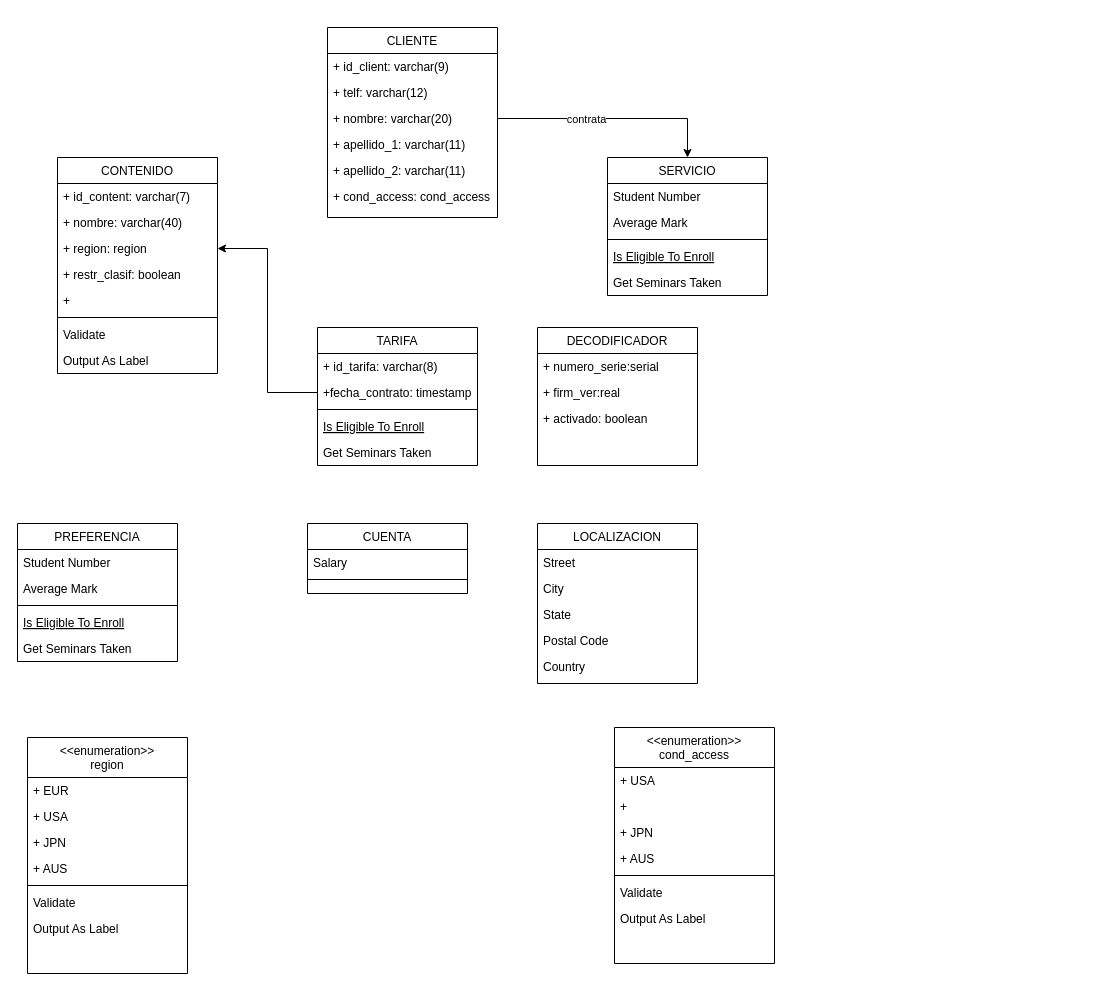
Earlier version of the draw.io diagram PROYECTO1.drawio (NyanCat6886/BasesDeDatosETSITGC). Source tidied: cells renumbered, new cells numbered last; positions are measured from the earlier drawing's top-left corner, leaving out a move shared by most shapes. Both pictures are drawn from the tidied source at 100%, with x=0, y=0 at pixel (17, 27).
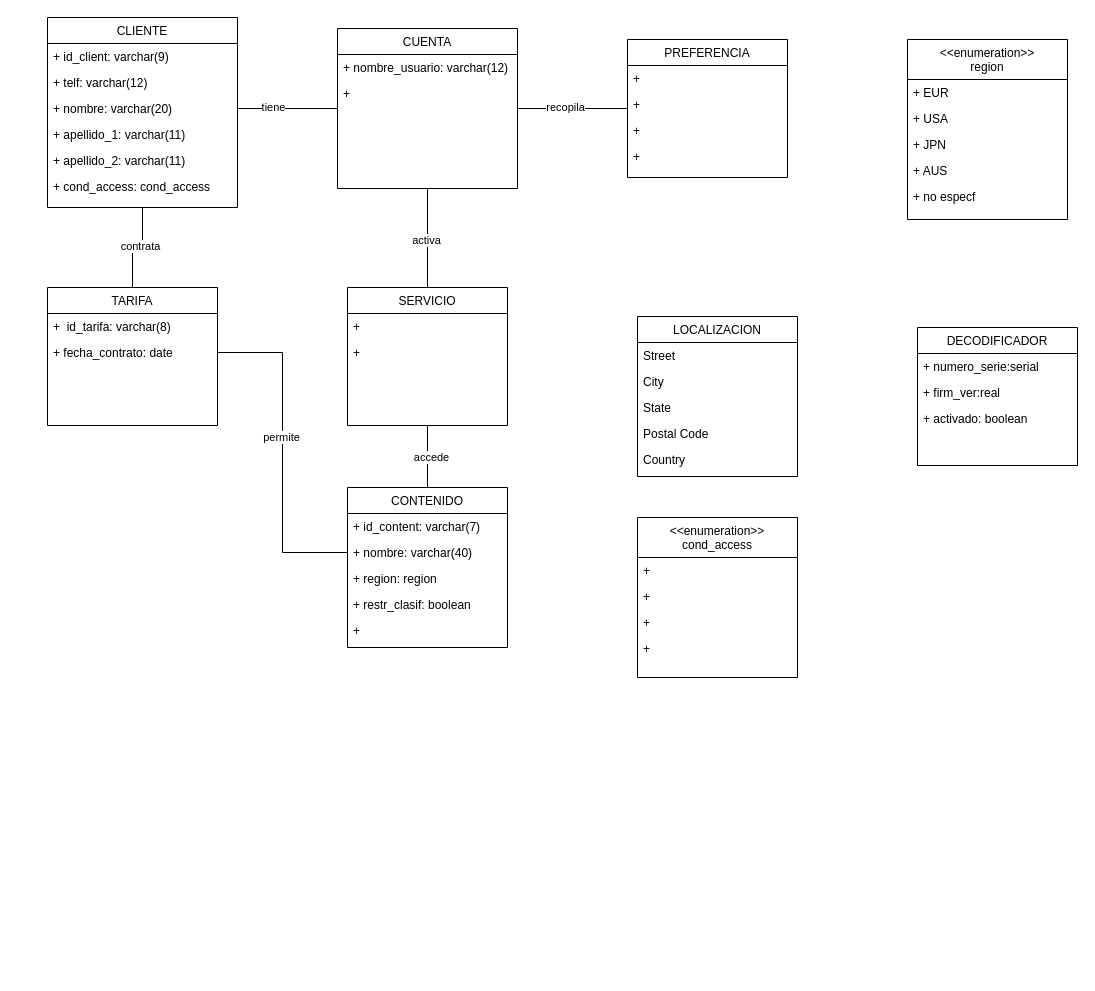
The same page after the edit.

The change refers to these unchanged cells:
```xml
<mxCell id="21" value="+ nombre: varchar(40)" style="text;align=left;verticalAlign=top;spacingLeft=4;spacingRight=4;overflow=hidden;points=[[0,0.5],[1,0.5]];portConstraint=eastwest;rounded=0;shadow=0;html=0;" parent="19" vertex="1">
  <mxGeometry y="52" width="160" height="26" as="geometry" />
</mxCell>
<mxCell id="22" value="+ region: region" style="text;align=left;verticalAlign=top;spacingLeft=4;spacingRight=4;overflow=hidden;points=[[0,0.5],[1,0.5]];portConstraint=eastwest;rounded=0;shadow=0;html=0;" parent="19" vertex="1">
  <mxGeometry y="78" width="160" height="26" as="geometry" />
</mxCell>
```

What changed in the source:
```diff
@@
+    <mxCell id="69" style="edgeStyle=orthogonalEdgeStyle;rounded=0;jettySize=auto;html=1;exitX=0.5;exitY=1;exitDx=0;exitDy=0;entryX=0.5;entryY=0;entryDx=0;entryDy=0;endArrow=none;endFill=0;" parent="1" edge="1" source="2" target="38">
+      <mxGeometry relative="1" as="geometry" />
+    </mxCell>
+    <mxCell id="68" value="contrata" style="edgeLabel;html=1;align=center;verticalAlign=middle;" parent="69" vertex="1">
+      <mxGeometry x="-0.04" y="-2" relative="1" as="geometry" />
+    </mxCell>
     <mxCell id="2" value="CLIENTE" style="swimlane;fontStyle=0;align=center;verticalAlign=top;horizontal=1;startSize=26;rounded=0;shadow=0;strokeWidth=1;" parent="1" vertex="1">
-      <mxGeometry x="310" width="170" height="190" as="geometry" />
+      <mxGeometry x="30" y="-10" width="190" height="190" as="geometry" />
     </mxCell>
     <mxCell id="3" value="+ id_client: varchar(9)" style="text;align=left;verticalAlign=top;spacingLeft=4;spacingRight=4;overflow=hidden;" parent="2" vertex="1">
-      <mxGeometry y="26" width="170" height="26" as="geometry" />
+      <mxGeometry y="26" width="190" height="26" as="geometry" />
     </mxCell>
     <mxCell id="4" value="+ telf: varchar(12)" style="text;align=left;verticalAlign=top;spacingLeft=4;spacingRight=4;overflow=hidden;rounded=0;shadow=0;html=0;" parent="2" vertex="1">
-      <mxGeometry y="52" width="170" height="26" as="geometry" />
+      <mxGeometry y="52" width="190" height="26" as="geometry" />
     </mxCell>
     <mxCell id="5" value="+ nombre: varchar(20)" style="text;align=left;verticalAlign=top;spacingLeft=4;spacingRight=4;overflow=hidden;points=[[0,0.5],[1,0.5]];portConstraint=eastwest;rounded=0;shadow=0;html=0;" parent="2" vertex="1">
-      <mxGeometry y="78" width="170" height="26" as="geometry" />
+      <mxGeometry y="78" width="190" height="26" as="geometry" />
     </mxCell>
     <mxCell id="6" value="+ apellido_1: varchar(11)" style="text;align=left;verticalAlign=top;spacingLeft=4;spacingRight=4;overflow=hidden;rounded=0;shadow=0;html=0;" parent="2" vertex="1">
-      <mxGeometry y="104" width="170" height="26" as="geometry" />
+      <mxGeometry y="104" width="190" height="26" as="geometry" />
     </mxCell>
     <mxCell id="7" value="+ apellido_2: varchar(11)" style="text;align=left;verticalAlign=top;spacingLeft=4;spacingRight=4;overflow=hidden;rounded=0;shadow=0;html=0;" parent="2" vertex="1">
-      <mxGeometry y="130" width="170" height="26" as="geometry" />
+      <mxGeometry y="130" width="190" height="26" as="geometry" />
     </mxCell>
     <mxCell id="8" value="+ cond_access: cond_access" style="text;align=left;verticalAlign=top;spacingLeft=4;spacingRight=4;overflow=hidden;rounded=0;shadow=0;html=0;" parent="2" vertex="1">
-      <mxGeometry y="156" width="170" height="26" as="geometry" />
+      <mxGeometry y="156" width="190" height="26" as="geometry" />
     </mxCell>
@@
     <mxCell id="10" value="PREFERENCIA" style="swimlane;fontStyle=0;align=center;verticalAlign=top;horizontal=1;startSize=26;rounded=0;shadow=0;strokeWidth=1;" parent="1" vertex="1">
-      <mxGeometry y="496" width="160" height="138" as="geometry" />
+      <mxGeometry x="610" y="12" width="160" height="138" as="geometry" />
     </mxCell>
-    <mxCell id="11" value="Student Number" style="text;align=left;verticalAlign=top;spacingLeft=4;spacingRight=4;overflow=hidden;" parent="10" vertex="1">
+    <mxCell id="11" value="+ " style="text;align=left;verticalAlign=top;spacingLeft=4;spacingRight=4;overflow=hidden;" parent="10" vertex="1">
       <mxGeometry y="26" width="160" height="26" as="geometry" />
     </mxCell>
-    <mxCell id="12" value="Average Mark" style="text;align=left;verticalAlign=top;spacingLeft=4;spacingRight=4;overflow=hidden;rounded=0;shadow=0;html=0;" parent="10" vertex="1">
+    <mxCell id="12" value="+ " style="text;align=left;verticalAlign=top;spacingLeft=4;spacingRight=4;overflow=hidden;rounded=0;shadow=0;html=0;" parent="10" vertex="1">
       <mxGeometry y="52" width="160" height="26" as="geometry" />
     </mxCell>
-    <mxCell id="13" style="line;html=1;strokeWidth=1;align=left;verticalAlign=middle;spacingTop=-1;spacingLeft=3;spacingRight=3;labelPosition=right;" parent="10" vertex="1">
-      <mxGeometry y="78" width="160" height="8" as="geometry" />
-    </mxCell>
-    <mxCell id="14" value="Is Eligible To Enroll" style="text;align=left;verticalAlign=top;spacingLeft=4;spacingRight=4;overflow=hidden;fontStyle=4;" parent="10" vertex="1">
-      <mxGeometry y="86" width="160" height="26" as="geometry" />
-    </mxCell>
-    <mxCell id="15" value="Get Seminars Taken" style="text;align=left;verticalAlign=top;spacingLeft=4;spacingRight=4;overflow=hidden;" parent="10" vertex="1">
-      <mxGeometry y="112" width="160" height="26" as="geometry" />
+    <mxCell id="15" value="+" style="text;align=left;verticalAlign=top;spacingLeft=4;spacingRight=4;overflow=hidden;" parent="10" vertex="1">
+      <mxGeometry y="78" width="160" height="26" as="geometry" />
     </mxCell>
+    <mxCell id="70" value="+" style="text;align=left;verticalAlign=top;spacingLeft=4;spacingRight=4;overflow=hidden;" parent="10" vertex="1">
+      <mxGeometry y="104" width="160" height="26" as="geometry" />
+    </mxCell>
+    <mxCell id="71" style="edgeStyle=orthogonalEdgeStyle;rounded=0;jettySize=auto;html=1;exitX=0.5;exitY=1;exitDx=0;exitDy=0;entryX=0.5;entryY=0;entryDx=0;entryDy=0;endArrow=none;endFill=0;" parent="1" edge="1" source="16" target="32">
+      <mxGeometry relative="1" as="geometry" />
+    </mxCell>
+    <mxCell id="72" value="activa" style="edgeLabel;html=1;align=center;verticalAlign=middle;" parent="71" vertex="1">
+      <mxGeometry x="0.03" y="-2" relative="1" as="geometry" />
+    </mxCell>
+    <mxCell id="73" style="edgeStyle=orthogonalEdgeStyle;rounded=0;jettySize=auto;html=1;exitX=1;exitY=0.5;exitDx=0;exitDy=0;endArrow=none;endFill=0;" parent="1" edge="1" source="16" target="10">
+      <mxGeometry relative="1" as="geometry" />
+    </mxCell>
+    <mxCell id="74" value="recopila" style="edgeLabel;html=1;align=center;verticalAlign=middle;" parent="73" vertex="1">
+      <mxGeometry x="-0.12" y="1" relative="1" as="geometry">
+        <mxPoint x="-1" y="-1" as="offset" />
+      </mxGeometry>
+    </mxCell>
     <mxCell id="16" value="CUENTA" style="swimlane;fontStyle=0;align=center;verticalAlign=top;horizontal=1;startSize=26;rounded=0;shadow=0;strokeWidth=1;" parent="1" vertex="1">
-      <mxGeometry x="290" y="496" width="160" height="70" as="geometry" />
+      <mxGeometry x="320" y="1" width="180" height="160" as="geometry" />
     </mxCell>
-    <mxCell id="17" value="Salary" style="text;align=left;verticalAlign=top;spacingLeft=4;spacingRight=4;overflow=hidden;" parent="16" vertex="1">
-      <mxGeometry y="26" width="160" height="26" as="geometry" />
+    <mxCell id="17" value="+ nombre_usuario: varchar(12)" style="text;align=left;verticalAlign=top;spacingLeft=4;spacingRight=4;overflow=hidden;" parent="16" vertex="1">
+      <mxGeometry y="26" width="180" height="26" as="geometry" />
     </mxCell>
-    <mxCell id="18" style="line;html=1;strokeWidth=1;align=left;verticalAlign=middle;spacingTop=-1;spacingLeft=3;spacingRight=3;labelPosition=right;" parent="16" vertex="1">
-      <mxGeometry y="52" width="160" height="8" as="geometry" />
-    </mxCell>
+    <mxCell id="75" value="+ " style="text;align=left;verticalAlign=top;spacingLeft=4;spacingRight=4;overflow=hidden;" parent="16" vertex="1">
+      <mxGeometry y="52" width="180" height="26" as="geometry" />
+    </mxCell>
+    <mxCell id="76" style="edgeStyle=orthogonalEdgeStyle;rounded=0;jettySize=auto;html=1;exitX=0.5;exitY=0;exitDx=0;exitDy=0;entryX=0.5;entryY=1;entryDx=0;entryDy=0;endArrow=none;endFill=0;" parent="1" edge="1" source="19" target="32">
+      <mxGeometry relative="1" as="geometry" />
+    </mxCell>
+    <mxCell id="77" value="accede" style="edgeLabel;html=1;align=center;verticalAlign=middle;" parent="76" vertex="1">
+      <mxGeometry x="-0.02" y="-3" relative="1" as="geometry">
+        <mxPoint y="-1" as="offset" />
+      </mxGeometry>
+    </mxCell>
     <mxCell id="19" value="CONTENIDO " style="swimlane;fontStyle=0;align=center;verticalAlign=top;horizontal=1;startSize=26;rounded=0;shadow=0;strokeWidth=1;" parent="1" vertex="1">
-      <mxGeometry x="40" y="130" width="160" height="216" as="geometry" />
+      <mxGeometry x="330" y="460" width="160" height="160" as="geometry" />
     </mxCell>
@@
-    <mxCell id="25" style="line;html=1;strokeWidth=1;align=left;verticalAlign=middle;spacingTop=-1;spacingLeft=3;spacingRight=3;labelPosition=right;" parent="19" vertex="1">
-      <mxGeometry y="156" width="160" height="8" as="geometry" />
-    </mxCell>
-    <mxCell id="26" value="Validate" style="text;align=left;verticalAlign=top;spacingLeft=4;spacingRight=4;overflow=hidden;" parent="19" vertex="1">
-      <mxGeometry y="164" width="160" height="26" as="geometry" />
-    </mxCell>
-    <mxCell id="27" value="Output As Label" style="text;align=left;verticalAlign=top;spacingLeft=4;spacingRight=4;overflow=hidden;" parent="19" vertex="1">
-      <mxGeometry y="190" width="160" height="26" as="geometry" />
-    </mxCell>
     <mxCell id="28" value="DECODIFICADOR" style="swimlane;fontStyle=0;align=center;verticalAlign=top;horizontal=1;startSize=26;rounded=0;shadow=0;strokeWidth=1;" parent="1" vertex="1">
-      <mxGeometry x="520" y="300" width="160" height="138" as="geometry" />
+      <mxGeometry x="900" y="300" width="160" height="138" as="geometry" />
     </mxCell>
@@
     <mxCell id="32" value="SERVICIO" style="swimlane;fontStyle=0;align=center;verticalAlign=top;horizontal=1;startSize=26;rounded=0;shadow=0;strokeWidth=1;" parent="1" vertex="1">
-      <mxGeometry x="590" y="130" width="160" height="138" as="geometry" />
+      <mxGeometry x="330" y="260" width="160" height="138" as="geometry" />
     </mxCell>
-    <mxCell id="33" value="Student Number" style="text;align=left;verticalAlign=top;spacingLeft=4;spacingRight=4;overflow=hidden;" parent="32" vertex="1">
+    <mxCell id="33" value="+ " style="text;align=left;verticalAlign=top;spacingLeft=4;spacingRight=4;overflow=hidden;" parent="32" vertex="1">
       <mxGeometry y="26" width="160" height="26" as="geometry" />
     </mxCell>
-    <mxCell id="34" value="Average Mark" style="text;align=left;verticalAlign=top;spacingLeft=4;spacingRight=4;overflow=hidden;rounded=0;shadow=0;html=0;" parent="32" vertex="1">
+    <mxCell id="34" value="+ " style="text;align=left;verticalAlign=top;spacingLeft=4;spacingRight=4;overflow=hidden;rounded=0;shadow=0;html=0;" parent="32" vertex="1">
       <mxGeometry y="52" width="160" height="26" as="geometry" />
     </mxCell>
-    <mxCell id="35" style="line;html=1;strokeWidth=1;align=left;verticalAlign=middle;spacingTop=-1;spacingLeft=3;spacingRight=3;labelPosition=right;" parent="32" vertex="1">
-      <mxGeometry y="78" width="160" height="8" as="geometry" />
-    </mxCell>
-    <mxCell id="36" value="Is Eligible To Enroll" style="text;align=left;verticalAlign=top;spacingLeft=4;spacingRight=4;overflow=hidden;fontStyle=4;" parent="32" vertex="1">
-      <mxGeometry y="86" width="160" height="26" as="geometry" />
-    </mxCell>
-    <mxCell id="37" value="Get Seminars Taken" style="text;align=left;verticalAlign=top;spacingLeft=4;spacingRight=4;overflow=hidden;" parent="32" vertex="1">
-      <mxGeometry y="112" width="160" height="26" as="geometry" />
-    </mxCell>
     <mxCell id="38" value="TARIFA" style="swimlane;fontStyle=0;align=center;verticalAlign=top;horizontal=1;startSize=26;rounded=0;shadow=0;strokeWidth=1;" parent="1" vertex="1">
-      <mxGeometry x="300" y="300" width="160" height="138" as="geometry" />
+      <mxGeometry x="30" y="260" width="170" height="138" as="geometry" />
     </mxCell>
-    <mxCell id="39" value="+ id_tarifa: varchar(8)" style="text;align=left;verticalAlign=top;spacingLeft=4;spacingRight=4;overflow=hidden;" parent="38" vertex="1">
-      <mxGeometry y="26" width="160" height="26" as="geometry" />
+    <mxCell id="39" value="+  id_tarifa: varchar(8)" style="text;align=left;verticalAlign=top;spacingLeft=4;spacingRight=4;overflow=hidden;" parent="38" vertex="1">
+      <mxGeometry y="26" width="170" height="26" as="geometry" />
     </mxCell>
-    <mxCell id="40" value="+fecha_contrato: timestamp" style="text;align=left;verticalAlign=top;spacingLeft=4;spacingRight=4;overflow=hidden;points=[[0,0.5],[1,0.5]];portConstraint=eastwest;rounded=0;shadow=0;html=0;" parent="38" vertex="1">
-      <mxGeometry y="52" width="160" height="26" as="geometry" />
+    <mxCell id="40" value="+ fecha_contrato: date" style="text;align=left;verticalAlign=top;spacingLeft=4;spacingRight=4;overflow=hidden;points=[[0,0.5],[1,0.5]];portConstraint=eastwest;rounded=0;shadow=0;html=0;" parent="38" vertex="1">
+      <mxGeometry y="52" width="170" height="26" as="geometry" />
     </mxCell>
-    <mxCell id="41" style="line;html=1;strokeWidth=1;align=left;verticalAlign=middle;spacingTop=-1;spacingLeft=3;spacingRight=3;labelPosition=right;" parent="38" vertex="1">
-      <mxGeometry y="78" width="160" height="8" as="geometry" />
-    </mxCell>
-    <mxCell id="42" value="Is Eligible To Enroll" style="text;align=left;verticalAlign=top;spacingLeft=4;spacingRight=4;overflow=hidden;fontStyle=4;" parent="38" vertex="1">
-      <mxGeometry y="86" width="160" height="26" as="geometry" />
-    </mxCell>
-    <mxCell id="43" value="Get Seminars Taken" style="text;align=left;verticalAlign=top;spacingLeft=4;spacingRight=4;overflow=hidden;" parent="38" vertex="1">
-      <mxGeometry y="112" width="160" height="26" as="geometry" />
-    </mxCell>
     <mxCell id="44" value="LOCALIZACION" style="swimlane;fontStyle=0;align=center;verticalAlign=top;horizontal=1;startSize=26;rounded=0;shadow=0;strokeWidth=1;" parent="1" vertex="1">
-      <mxGeometry x="520" y="496" width="160" height="160" as="geometry" />
+      <mxGeometry x="620" y="289" width="160" height="160" as="geometry" />
     </mxCell>
@@
     <mxCell id="50" value="&lt;&lt;enumeration&gt;&gt;&#10;region" style="swimlane;fontStyle=0;align=center;verticalAlign=top;horizontal=1;startSize=40;rounded=0;shadow=0;strokeWidth=1;" parent="1" vertex="1">
-      <mxGeometry x="10" y="710" width="160" height="236" as="geometry" />
+      <mxGeometry x="890" y="12" width="160" height="180" as="geometry" />
     </mxCell>
@@
-    <mxCell id="55" style="line;html=1;strokeWidth=1;align=left;verticalAlign=middle;spacingTop=-1;spacingLeft=3;spacingRight=3;labelPosition=right;" parent="50" vertex="1">
-      <mxGeometry y="144" width="160" height="8" as="geometry" />
-    </mxCell>
-    <mxCell id="56" value="Validate" style="text;align=left;verticalAlign=top;spacingLeft=4;spacingRight=4;overflow=hidden;" parent="50" vertex="1">
-      <mxGeometry y="152" width="160" height="26" as="geometry" />
-    </mxCell>
-    <mxCell id="57" value="Output As Label" style="text;align=left;verticalAlign=top;spacingLeft=4;spacingRight=4;overflow=hidden;" parent="50" vertex="1">
-      <mxGeometry y="178" width="160" height="26" as="geometry" />
-    </mxCell>
+    <mxCell id="78" value="+ no especf" style="text;align=left;verticalAlign=top;spacingLeft=4;spacingRight=4;overflow=hidden;rounded=0;shadow=0;html=0;" parent="50" vertex="1">
+      <mxGeometry y="144" width="160" height="26" as="geometry" />
+    </mxCell>
     <mxCell id="58" value="&lt;&lt;enumeration&gt;&gt;&#10;cond_access" style="swimlane;fontStyle=0;align=center;verticalAlign=top;horizontal=1;startSize=40;rounded=0;shadow=0;strokeWidth=1;" parent="1" vertex="1">
-      <mxGeometry x="597" y="700" width="160" height="236" as="geometry" />
+      <mxGeometry x="620" y="490" width="160" height="160" as="geometry" />
     </mxCell>
-    <mxCell id="59" value="+ USA" style="text;align=left;verticalAlign=top;spacingLeft=4;spacingRight=4;overflow=hidden;rounded=0;shadow=0;html=0;" parent="58" vertex="1">
+    <mxCell id="59" value="+ " style="text;align=left;verticalAlign=top;spacingLeft=4;spacingRight=4;overflow=hidden;rounded=0;shadow=0;html=0;" parent="58" vertex="1">
       <mxGeometry y="40" width="160" height="26" as="geometry" />
     </mxCell>
@@
-    <mxCell id="61" value="+ JPN" style="text;align=left;verticalAlign=top;spacingLeft=4;spacingRight=4;overflow=hidden;rounded=0;shadow=0;html=0;" parent="58" vertex="1">
+    <mxCell id="61" value="+ " style="text;align=left;verticalAlign=top;spacingLeft=4;spacingRight=4;overflow=hidden;rounded=0;shadow=0;html=0;" parent="58" vertex="1">
       <mxGeometry y="92" width="160" height="26" as="geometry" />
     </mxCell>
-    <mxCell id="62" value="+ AUS" style="text;align=left;verticalAlign=top;spacingLeft=4;spacingRight=4;overflow=hidden;rounded=0;shadow=0;html=0;" parent="58" vertex="1">
+    <mxCell id="62" value="+ " style="text;align=left;verticalAlign=top;spacingLeft=4;spacingRight=4;overflow=hidden;rounded=0;shadow=0;html=0;" parent="58" vertex="1">
       <mxGeometry y="118" width="160" height="26" as="geometry" />
     </mxCell>
-    <mxCell id="63" style="line;html=1;strokeWidth=1;align=left;verticalAlign=middle;spacingTop=-1;spacingLeft=3;spacingRight=3;labelPosition=right;" parent="58" vertex="1">
-      <mxGeometry y="144" width="160" height="8" as="geometry" />
-    </mxCell>
-    <mxCell id="64" value="Validate" style="text;align=left;verticalAlign=top;spacingLeft=4;spacingRight=4;overflow=hidden;" parent="58" vertex="1">
-      <mxGeometry y="152" width="160" height="26" as="geometry" />
-    </mxCell>
-    <mxCell id="65" value="Output As Label" style="text;align=left;verticalAlign=top;spacingLeft=4;spacingRight=4;overflow=hidden;" parent="58" vertex="1">
-      <mxGeometry y="178" width="160" height="26" as="geometry" />
-    </mxCell>
-    <mxCell id="66" style="edgeStyle=orthogonalEdgeStyle;rounded=0;jettySize=auto;html=1;exitX=0;exitY=0.5;exitDx=0;exitDy=0;entryX=1;entryY=0.5;entryDx=0;entryDy=0;" parent="1" edge="1" source="40" target="22">
-      <mxGeometry relative="1" as="geometry" />
-    </mxCell>
-    <mxCell id="67" style="edgeStyle=orthogonalEdgeStyle;rounded=0;jettySize=auto;html=1;exitX=1;exitY=0.5;exitDx=0;exitDy=0;entryX=0.5;entryY=0;entryDx=0;entryDy=0;" parent="1" edge="1" source="5" target="32">
-      <mxGeometry relative="1" as="geometry" />
-    </mxCell>
-    <mxCell id="68" value="contrata" style="edgeLabel;html=1;align=center;verticalAlign=middle;" parent="67" vertex="1">
-      <mxGeometry x="-0.23" relative="1" as="geometry" />
-    </mxCell>
+    <mxCell id="79" style="edgeStyle=orthogonalEdgeStyle;rounded=0;jettySize=auto;html=1;exitX=1;exitY=0.5;exitDx=0;exitDy=0;entryX=0;entryY=0.5;entryDx=0;entryDy=0;endArrow=none;endFill=0;" parent="1" edge="1" source="5" target="16">
+      <mxGeometry relative="1" as="geometry" />
+    </mxCell>
+    <mxCell id="80" value="tiene" style="edgeLabel;html=1;align=center;verticalAlign=middle;" parent="79" vertex="1">
+      <mxGeometry x="-0.28" y="1" relative="1" as="geometry">
+        <mxPoint x="-1" y="-1" as="offset" />
+      </mxGeometry>
+    </mxCell>
+    <mxCell id="81" style="edgeStyle=orthogonalEdgeStyle;rounded=0;jettySize=auto;html=1;exitX=1;exitY=0.5;exitDx=0;exitDy=0;entryX=0;entryY=0.5;entryDx=0;entryDy=0;endArrow=none;endFill=0;" parent="1" edge="1" source="40" target="21">
+      <mxGeometry relative="1" as="geometry" />
+    </mxCell>
+    <mxCell id="82" value="permite" style="edgeLabel;html=1;align=center;verticalAlign=middle;" parent="81" vertex="1">
+      <mxGeometry x="-0.1" y="-1" relative="1" as="geometry">
+        <mxPoint x="-1" as="offset" />
+      </mxGeometry>
+    </mxCell>
```
